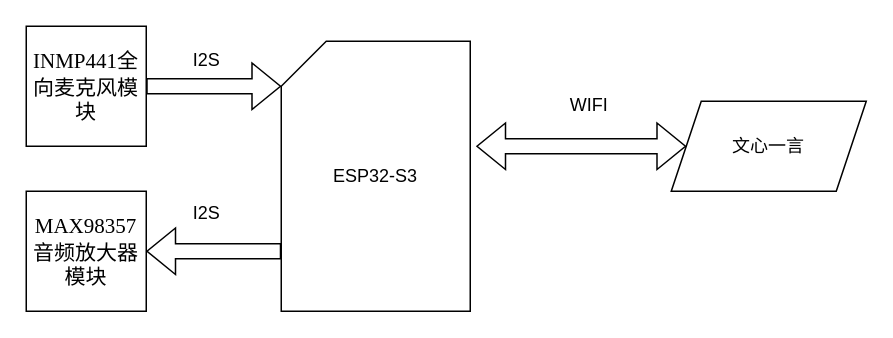
The draw.io diagram 流程图/毕设.drawio in mlhua/hua, before the edit. Source tidied: cells renumbered, new cells numbered last; positions are measured from the earlier drawing's top-left corner, leaving out a move shared by most shapes. Both pictures are drawn from the tidied source at 150%, with x=0, y=0 at pixel (26, 26).
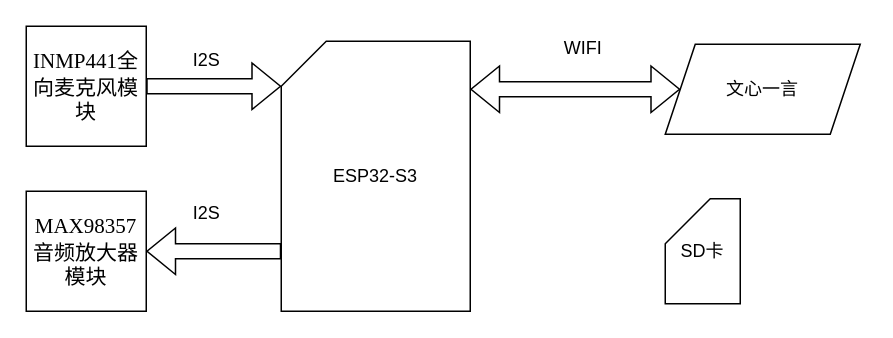
The same diagram, later.

Change to the diagram source:
```diff
@@
 <mxGraphModel>
   <root>
     <mxCell id="0" />
     <mxCell id="1" parent="0" />
     <mxCell id="2" value="ESP32-S3" style="shape=card;whiteSpace=wrap;html=1;" parent="1" vertex="1">
       <mxGeometry x="170" y="10" width="126" height="180" as="geometry" />
     </mxCell>
     <mxCell id="3" value="文心一言" style="shape=parallelogram;perimeter=parallelogramPerimeter;whiteSpace=wrap;html=1;fixedSize=1;" parent="1" vertex="1">
-      <mxGeometry x="430" y="50" width="130" height="60" as="geometry" />
+      <mxGeometry x="426" y="12" width="130" height="60" as="geometry" />
     </mxCell>
     <mxCell id="4" style="shape=flexArrow;endArrow=classic;startArrow=classic;html=1;rounded=0;entryX=0;entryY=0.5;entryDx=0;entryDy=0;" parent="1" edge="1" target="3">
       <mxGeometry relative="1" as="geometry">
-        <mxPoint x="300" y="80" as="sourcePoint" />
+        <mxPoint x="296" y="42" as="sourcePoint" />
       </mxGeometry>
     </mxCell>
     <mxCell id="5" value="WIFI" style="text;html=1;align=center;verticalAlign=middle;strokeColor=none;fillColor=none;" parent="1" vertex="1">
-      <mxGeometry x="350" y="38" width="50" height="30" as="geometry" />
+      <mxGeometry x="346" width="50" height="30" as="geometry" />
     </mxCell>
     <mxCell id="6" value="&lt;p class=&quot;MsoNormal&quot;&gt;&lt;span style=&quot;mso-spacerun:'yes';font-family:宋体;mso-ansi-font-weight:normal;&lt;br/&gt;mso-bidi-font-weight:bold;font-size:10.5000pt;mso-font-kerning:1.0000pt;&quot;&gt;&lt;font face=&quot;Times New Roman&quot;&gt;INMP441&lt;/font&gt;&lt;font face=&quot;宋体&quot;&gt;全向麦克风模块&lt;/font&gt;&lt;/span&gt;&lt;/p&gt;" style="whiteSpace=wrap;html=1;" parent="1" vertex="1">
       <mxGeometry width="80" height="80" as="geometry" />
     </mxCell>
     <mxCell id="7" value="&lt;p class=&quot;MsoNormal&quot;&gt;&lt;span style=&quot;mso-spacerun:'yes';font-family:宋体;mso-ansi-font-weight:normal;&lt;br/&gt;mso-bidi-font-weight:bold;font-size:10.5000pt;mso-font-kerning:1.0000pt;&quot;&gt;&lt;font face=&quot;Times New Roman&quot;&gt;MAX98357&lt;/font&gt;&lt;font face=&quot;宋体&quot;&gt;音频放大器模块&lt;/font&gt;&lt;/span&gt;&lt;/p&gt;" style="whiteSpace=wrap;html=1;" parent="1" vertex="1">
       <mxGeometry y="110" width="80" height="80" as="geometry" />
     </mxCell>
     <mxCell id="8" style="shape=flexArrow;endArrow=classic;html=1;rounded=0;exitX=1;exitY=0.5;exitDx=0;exitDy=0;entryX=0;entryY=0;entryDx=0;entryDy=30;entryPerimeter=0;" parent="1" edge="1" source="6" target="2">
       <mxGeometry relative="1" as="geometry" />
     </mxCell>
     <mxCell id="9" style="shape=flexArrow;endArrow=classic;html=1;rounded=0;entryX=1;entryY=0.5;entryDx=0;entryDy=0;" parent="1" edge="1" target="7">
       <mxGeometry relative="1" as="geometry">
         <mxPoint x="170" y="150" as="sourcePoint" />
       </mxGeometry>
     </mxCell>
     <mxCell id="10" value="I2S" style="text;html=1;align=center;verticalAlign=middle;strokeColor=none;fillColor=none;" parent="1" vertex="1">
       <mxGeometry x="100" y="8" width="40" height="30" as="geometry" />
     </mxCell>
     <mxCell id="11" value="I2S" style="text;html=1;align=center;verticalAlign=middle;strokeColor=none;fillColor=none;" parent="1" vertex="1">
       <mxGeometry x="100" y="110" width="40" height="30" as="geometry" />
     </mxCell>
+    <mxCell id="12" value="SD卡" style="shape=card;whiteSpace=wrap;html=1;" parent="1" vertex="1">
+      <mxGeometry x="426" y="115" width="50" height="70" as="geometry" />
+    </mxCell>
   </root>
 </mxGraphModel>
```
